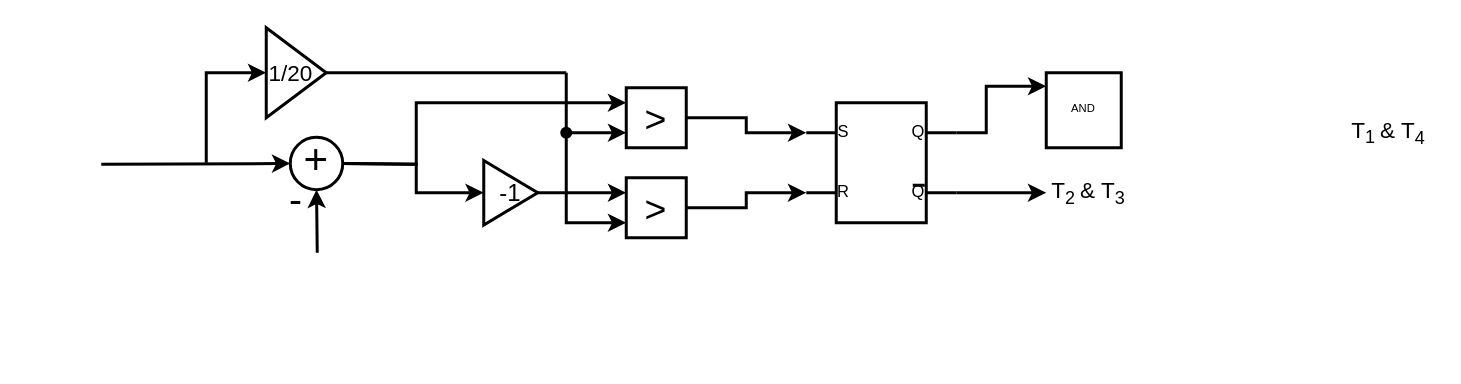
This is BBC_erweitert.drawio from Lostqw1/Funfun, a draw.io file, before an edit. Source tidied: cells renumbered, new cells numbered last; positions are measured from the earlier drawing's top-left corner, leaving out a move shared by most shapes. Both pictures are drawn from the tidied source at 150%, with x=0, y=0 at pixel (100, 27).
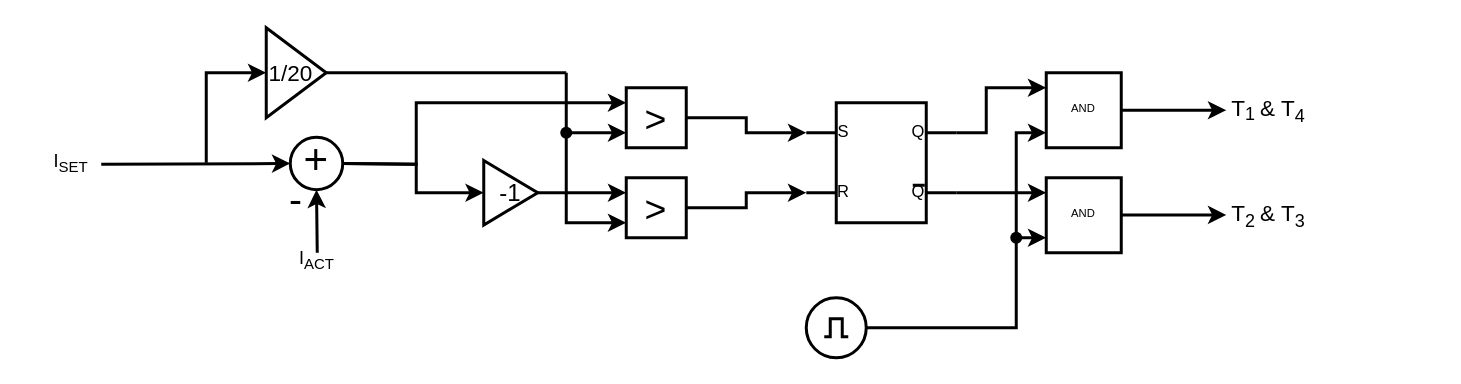
The same diagram, later.

The change refers to these unchanged cells:
```xml
<mxCell id="2" style="verticalLabelPosition=bottom;shadow=0;dashed=0;align=center;html=1;verticalAlign=top;shape=mxgraph.electrical.logic_gates.rs_latch;strokeWidth=2;" parent="1" vertex="1">
  <mxGeometry x="470" y="50" width="100" height="80" as="geometry" />
</mxCell>
<mxCell id="4" value="&lt;font style=&quot;font-size: 25px;&quot;&gt;&amp;gt;&lt;/font&gt;" style="whiteSpace=wrap;html=1;strokeWidth=2;" parent="1" vertex="1">
  <mxGeometry x="350" y="40" width="40" height="40" as="geometry" />
</mxCell>
```

Diff of the diagram source:
```diff
@@
     <mxCell id="7" value="&lt;font&gt;&lt;span style=&quot;font-size: 15px;&quot;&gt;T&lt;/span&gt;&lt;sub&gt;&lt;font style=&quot;font-size: 12px;&quot;&gt;1&amp;nbsp;&lt;/font&gt;&lt;/sub&gt;&lt;span style=&quot;font-size: 15px;&quot;&gt;&amp;amp; T&lt;sub style=&quot;font-size: 12px;&quot;&gt;4&lt;/sub&gt;&lt;/span&gt;&lt;/font&gt;&lt;font style=&quot;vertical-align: sub; font-size: 12px;&quot;&gt;&amp;nbsp;&lt;/font&gt;" style="text;html=1;strokeColor=none;fillColor=none;align=center;verticalAlign=middle;whiteSpace=wrap;rounded=0;strokeWidth=2;" parent="1" vertex="1">
-      <mxGeometry x="830" y="55" width="60" height="30" as="geometry" />
+      <mxGeometry x="750" y="40" width="60" height="30" as="geometry" />
     </mxCell>
-    <mxCell id="8" value="&lt;font&gt;&lt;span style=&quot;font-size: 15px;&quot;&gt;T&lt;sub style=&quot;font-size: 12px;&quot;&gt;2&lt;/sub&gt;&lt;/span&gt;&lt;sub&gt;&lt;font style=&quot;font-size: 12px;&quot;&gt;&amp;nbsp;&lt;/font&gt;&lt;/sub&gt;&lt;span style=&quot;font-size: 15px;&quot;&gt;&amp;amp; T&lt;sub style=&quot;font-size: 12px;&quot;&gt;3&lt;/sub&gt;&lt;/span&gt;&lt;/font&gt;&lt;font style=&quot;vertical-align: sub; font-size: 12px;&quot;&gt;&amp;nbsp;&lt;/font&gt;" style="text;html=1;strokeColor=none;fillColor=none;align=center;verticalAlign=middle;whiteSpace=wrap;rounded=0;strokeWidth=2;" parent="1" vertex="1">
-      <mxGeometry x="630" y="95" width="60" height="30" as="geometry" />
-    </mxCell>
-    <mxCell id="9" style="endArrow=classic;html=1;rounded=0;entryX=0;entryY=0.5;entryDx=0;entryDy=0;exitX=1;exitY=0.75;exitDx=0;exitDy=0;exitPerimeter=0;strokeWidth=2;" parent="1" edge="1" source="2" target="8">
-      <mxGeometry relative="1" as="geometry" />
+    <mxCell id="9" style="endArrow=classic;html=1;rounded=0;exitX=1;exitY=0.75;exitDx=0;exitDy=0;exitPerimeter=0;strokeWidth=2;" parent="1" edge="1" source="2">
+      <mxGeometry relative="1" as="geometry">
+        <mxPoint x="630" y="110" as="targetPoint" />
+      </mxGeometry>
     </mxCell>
@@
-    <mxCell id="11" style="endArrow=classic;html=1;rounded=0;entryX=0;entryY=0.25;entryDx=0;entryDy=0;entryPerimeter=0;exitX=1;exitY=0.5;exitDx=0;exitDy=0;strokeWidth=2;" parent="1" edge="1" source="4" target="2">
+    <mxCell id="11" style="endArrow=classic;html=1;rounded=0;exitX=1;exitY=0.5;exitDx=0;exitDy=0;strokeWidth=2;" parent="1" edge="1" source="4">
       <mxGeometry relative="1" as="geometry">
+        <mxPoint x="470" y="70" as="targetPoint" />
         <Array as="points">
           <mxPoint x="430" y="60" />
           <mxPoint x="430" y="70" />
         </Array>
       </mxGeometry>
     </mxCell>
@@
-    <mxCell id="22" style="verticalLabelPosition=bottom;shadow=0;dashed=0;align=center;html=1;verticalAlign=top;shape=mxgraph.electrical.iec_logic_gates.and;strokeWidth=2;" parent="1" vertex="1">
+    <mxCell id="22" style="verticalLabelPosition=bottom;shadow=0;dashed=0;align=center;html=1;verticalAlign=top;shape=mxgraph.electrical.iec_logic_gates.and;strokeWidth=2;fontSize=12;" parent="1" vertex="1">
       <mxGeometry x="630" y="30" width="50" height="50" as="geometry" />
     </mxCell>
-    <mxCell id="23" style="endArrow=classic;html=1;rounded=0;entryX=0;entryY=0.18;entryDx=0;entryDy=0;entryPerimeter=0;exitX=1;exitY=0.25;exitDx=0;exitDy=0;exitPerimeter=0;strokeWidth=2;" parent="1" edge="1" source="2" target="22">
-      <mxGeometry relative="1" as="geometry">
-        <Array as="points">
-          <mxPoint x="590" y="70" />
-          <mxPoint x="590" y="39" />
-        </Array>
-      </mxGeometry>
-    </mxCell>
@@
+    <mxCell id="26" style="verticalLabelPosition=bottom;shadow=0;dashed=0;align=center;html=1;verticalAlign=top;shape=mxgraph.electrical.iec_logic_gates.and;strokeWidth=2;fontSize=12;" parent="1" vertex="1">
+      <mxGeometry x="630" y="100" width="50" height="50" as="geometry" />
+    </mxCell>
+    <mxCell id="8" value="&lt;font&gt;&lt;span style=&quot;font-size: 15px;&quot;&gt;T&lt;sub style=&quot;font-size: 12px;&quot;&gt;2&lt;/sub&gt;&lt;/span&gt;&lt;sub&gt;&lt;font style=&quot;font-size: 12px;&quot;&gt;&amp;nbsp;&lt;/font&gt;&lt;/sub&gt;&lt;span style=&quot;font-size: 15px;&quot;&gt;&amp;amp; T&lt;sub style=&quot;font-size: 12px;&quot;&gt;3&lt;/sub&gt;&lt;/span&gt;&lt;/font&gt;&lt;font style=&quot;vertical-align: sub; font-size: 12px;&quot;&gt;&amp;nbsp;&lt;/font&gt;" style="text;html=1;strokeColor=none;fillColor=none;align=center;verticalAlign=middle;whiteSpace=wrap;rounded=0;strokeWidth=2;" parent="1" vertex="1">
+      <mxGeometry x="750" y="110" width="60" height="30" as="geometry" />
+    </mxCell>
+    <mxCell id="27" style="endArrow=classic;html=1;rounded=0;entryX=0;entryY=0.5;entryDx=0;entryDy=0;exitX=1;exitY=0.5;exitDx=0;exitDy=0;exitPerimeter=0;strokeWidth=2;" parent="1" edge="1" source="22" target="7">
+      <mxGeometry relative="1" as="geometry" />
+    </mxCell>
+    <mxCell id="28" style="endArrow=classic;html=1;rounded=0;exitX=1;exitY=0.25;exitDx=0;exitDy=0;exitPerimeter=0;strokeWidth=2;" parent="1" edge="1" source="2">
+      <mxGeometry relative="1" as="geometry">
+        <mxPoint x="630" y="40" as="targetPoint" />
+        <Array as="points">
+          <mxPoint x="590" y="70" />
+          <mxPoint x="590" y="40" />
+        </Array>
+      </mxGeometry>
+    </mxCell>
+    <mxCell id="29" style="endArrow=classic;html=1;rounded=0;strokeWidth=2;" parent="1" edge="1">
+      <mxGeometry relative="1" as="geometry">
+        <mxPoint x="510" y="200" as="sourcePoint" />
+        <mxPoint x="630" y="70" as="targetPoint" />
+        <Array as="points">
+          <mxPoint x="610" y="200" />
+          <mxPoint x="610" y="70" />
+        </Array>
+      </mxGeometry>
+    </mxCell>
+    <mxCell id="30" style="endArrow=classic;html=1;rounded=0;strokeWidth=2;" parent="1" edge="1">
+      <mxGeometry relative="1" as="geometry">
+        <mxPoint x="610" y="140" as="sourcePoint" />
+        <mxPoint x="630" y="140" as="targetPoint" />
+      </mxGeometry>
+    </mxCell>
+    <mxCell id="31" style="shape=waypoint;sketch=0;fillStyle=solid;size=6;fillColor=none;perimeter=centerPerimeter;strokeWidth=2;" parent="1" vertex="1">
+      <mxGeometry x="600" y="130" width="20" height="20" as="geometry" />
+    </mxCell>
+    <mxCell id="32" style="endArrow=classic;html=1;rounded=0;entryX=0;entryY=0.5;entryDx=0;entryDy=0;exitX=1;exitY=0.5;exitDx=0;exitDy=0;exitPerimeter=0;strokeWidth=2;" parent="1" edge="1">
+      <mxGeometry relative="1" as="geometry">
+        <mxPoint x="680" y="124.8" as="sourcePoint" />
+        <mxPoint x="750" y="124.8" as="targetPoint" />
+        <Array as="points">
+          <mxPoint x="700" y="124.8" />
+        </Array>
+      </mxGeometry>
+    </mxCell>
+    <mxCell id="33" style="verticalLabelPosition=bottom;shadow=0;dashed=0;align=center;html=1;verticalAlign=top;shape=mxgraph.electrical.signal_sources.source;elSignalType=pulse;strokeWidth=2;" parent="1" vertex="1">
+      <mxGeometry x="470" y="180" width="40" height="40" as="geometry" />
+    </mxCell>
+    <mxCell id="34" value="I&lt;sub&gt;SET&lt;/sub&gt;" style="text;html=1;strokeColor=none;fillColor=none;align=center;verticalAlign=middle;whiteSpace=wrap;rounded=0;" parent="1" vertex="1">
+      <mxGeometry x="-50" y="75" width="60" height="30" as="geometry" />
+    </mxCell>
+    <mxCell id="35" value="I&lt;sub&gt;ACT&lt;/sub&gt;" style="text;html=1;strokeColor=none;fillColor=none;align=center;verticalAlign=middle;whiteSpace=wrap;rounded=0;" parent="1" vertex="1">
+      <mxGeometry x="113.5" y="140" width="60" height="30" as="geometry" />
+    </mxCell>
```
